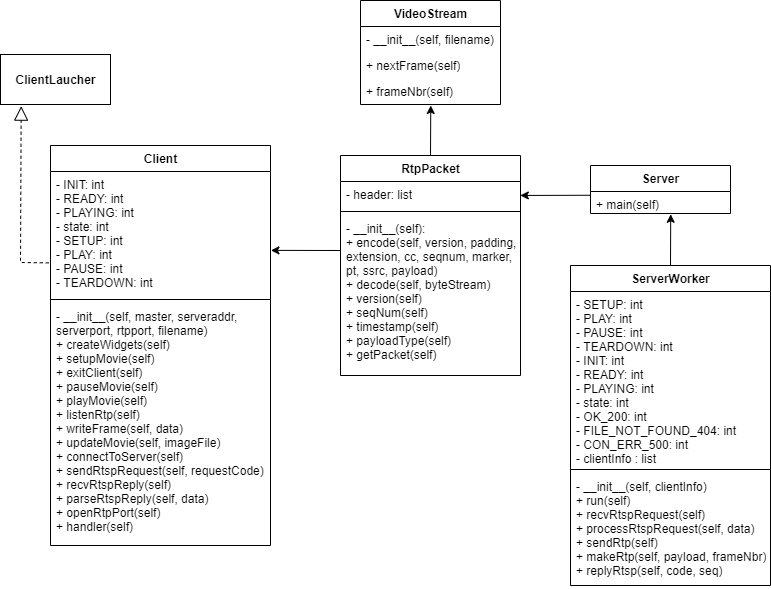
Before: btl1_diagram.png, a diagram exported from draw.io (Blue-Pheasant/HCMUT-ComputerNetwork-Fall2021-1). Source tidied: cells renumbered, new cells last; positions are measured from the earlier drawing's top-left corner, leaving out a move shared by most shapes. The source it was exported from:
```xml
<mxGraphModel>
  <root>
    <mxCell id="0" />
    <mxCell id="1" parent="0" />
    <mxCell id="2" value="RtpPacket" style="swimlane;fontStyle=1;align=center;verticalAlign=top;horizontal=1;startSize=26;fillColor=none;gradientColor=none;html=1;" parent="1" vertex="1">
      <mxGeometry x="340" y="155" width="180" height="220" as="geometry" />
    </mxCell>
    <mxCell id="3" value="- header: list" style="text;strokeColor=none;fillColor=none;align=left;verticalAlign=top;spacingLeft=4;spacingRight=4;overflow=hidden;points=[[0,0.5],[1,0.5]];portConstraint=eastwest;html=1;" parent="2" vertex="1">
      <mxGeometry y="26" width="180" height="26" as="geometry" />
    </mxCell>
    <mxCell id="4" style="line;strokeWidth=1;fillColor=none;align=left;verticalAlign=middle;spacingTop=-1;spacingLeft=3;spacingRight=3;labelPosition=right;html=1;" parent="2" vertex="1">
      <mxGeometry y="52" width="180" height="8" as="geometry" />
    </mxCell>
    <mxCell id="5" value="-&amp;nbsp;__init__(self):&lt;br&gt;+ encode(self, version, padding, &lt;br&gt;extension, cc, seqnum, marker, &lt;br&gt;pt, ssrc, payload)&lt;br&gt;+ decode(self, byteStream)&lt;br&gt;+ version(self)&lt;br&gt;+ seqNum(self)&lt;br&gt;+ timestamp(self)&lt;br&gt;+ payloadType(self)&lt;br&gt;+ getPacket(self)" style="text;strokeColor=none;fillColor=none;align=left;verticalAlign=top;spacingLeft=4;spacingRight=4;overflow=hidden;points=[[0,0.5],[1,0.5]];portConstraint=eastwest;html=1;" parent="2" vertex="1">
      <mxGeometry y="60" width="180" height="160" as="geometry" />
    </mxCell>
    <mxCell id="6" value="Client&lt;br&gt;" style="swimlane;fontStyle=1;align=center;verticalAlign=top;horizontal=1;startSize=26;fillColor=none;gradientColor=none;html=1;" parent="1" vertex="1">
      <mxGeometry x="50" y="145" width="220" height="400" as="geometry" />
    </mxCell>
    <mxCell id="7" value="&lt;div&gt;- INIT: int&amp;nbsp;&lt;/div&gt;&lt;div&gt;- READY: int&lt;/div&gt;&lt;div&gt;- PLAYING: int&amp;nbsp;&lt;/div&gt;&lt;div&gt;- state: int&lt;/div&gt;&lt;div&gt;&lt;span&gt;&#9;&lt;/span&gt;&lt;/div&gt;&lt;div&gt;- SETUP: int&lt;/div&gt;&lt;div&gt;- PLAY: int&lt;/div&gt;&lt;div&gt;- PAUSE: int&lt;/div&gt;&lt;div&gt;- TEARDOWN: int&lt;/div&gt;" style="text;strokeColor=none;fillColor=none;align=left;verticalAlign=top;spacingLeft=4;spacingRight=4;overflow=hidden;points=[[0,0.5],[1,0.5]];portConstraint=eastwest;html=1;" parent="6" vertex="1">
      <mxGeometry y="26" width="220" height="124" as="geometry" />
    </mxCell>
    <mxCell id="8" style="line;strokeWidth=1;fillColor=none;align=left;verticalAlign=middle;spacingTop=-1;spacingLeft=3;spacingRight=3;labelPosition=right;html=1;" parent="6" vertex="1">
      <mxGeometry y="150" width="220" height="8" as="geometry" />
    </mxCell>
    <mxCell id="9" value="- __init__(self, master, serveraddr, &lt;br&gt;serverport, rtpport, filename)&lt;br&gt;+ createWidgets(self)&lt;br&gt;+ setupMovie(self)&lt;br&gt;+ exitClient(self)&lt;br&gt;+ pauseMovie(self)&lt;br&gt;+ playMovie(self)&lt;br&gt;+ listenRtp(self)&lt;br&gt;+ writeFrame(self, data)&lt;br&gt;+ updateMovie(self, imageFile)&lt;br&gt;+ connectToServer(self)&lt;br&gt;+ sendRtspRequest(self, requestCode)&lt;br&gt;+ recvRtspReply(self)&lt;br&gt;+ parseRtspReply(self, data)&lt;br&gt;+ openRtpPort(self)&lt;br&gt;+ handler(self)" style="text;strokeColor=none;fillColor=none;align=left;verticalAlign=top;spacingLeft=4;spacingRight=4;overflow=hidden;points=[[0,0.5],[1,0.5]];portConstraint=eastwest;html=1;" parent="6" vertex="1">
      <mxGeometry y="158" width="220" height="242" as="geometry" />
    </mxCell>
    <mxCell id="10" value="ServerWorker" style="swimlane;fontStyle=1;align=center;verticalAlign=top;horizontal=1;startSize=26;fontFamily=Helvetica;fillColor=none;gradientColor=none;html=1;" parent="1" vertex="1">
      <mxGeometry x="570" y="265" width="200" height="320" as="geometry" />
    </mxCell>
    <mxCell id="11" value="&lt;div&gt;- SETUP: int&lt;/div&gt;&lt;div&gt;- PLAY: int&lt;/div&gt;&lt;div&gt;- PAUSE: int&lt;/div&gt;&lt;div&gt;- TEARDOWN: int&lt;/div&gt;&lt;div&gt;- INIT: int&lt;/div&gt;&lt;div&gt;- READY: int&lt;/div&gt;&lt;div&gt;- PLAYING: int&lt;/div&gt;&lt;div&gt;- state: int&lt;/div&gt;&lt;div&gt;- OK_200: int&lt;/div&gt;&lt;div&gt;- FILE_NOT_FOUND_404: int&amp;nbsp;&lt;/div&gt;&lt;div&gt;- CON_ERR_500: int&lt;/div&gt;&lt;div&gt;-&amp;nbsp;clientInfo : list&lt;/div&gt;" style="text;strokeColor=none;fillColor=none;align=left;verticalAlign=top;spacingLeft=4;spacingRight=4;overflow=hidden;points=[[0,0.5],[1,0.5]];portConstraint=eastwest;fontFamily=Helvetica;html=1;" parent="10" vertex="1">
      <mxGeometry y="26" width="200" height="174" as="geometry" />
    </mxCell>
    <mxCell id="12" style="line;strokeWidth=1;fillColor=none;align=left;verticalAlign=middle;spacingTop=-1;spacingLeft=3;spacingRight=3;labelPosition=right;fontFamily=Helvetica;html=1;" parent="10" vertex="1">
      <mxGeometry y="200" width="200" height="8" as="geometry" />
    </mxCell>
    <mxCell id="13" value="-&amp;nbsp;__init__(self, clientInfo)&lt;br&gt;+ run(self)&lt;br&gt;+ recvRtspRequest(self)&lt;br&gt;+ processRtspRequest(self, data)&lt;br&gt;+ sendRtp(self)&lt;br&gt;+ makeRtp(self, payload, frameNbr)&lt;br&gt;+ replyRtsp(self, code, seq)" style="text;strokeColor=none;fillColor=none;align=left;verticalAlign=top;spacingLeft=4;spacingRight=4;overflow=hidden;points=[[0,0.5],[1,0.5]];portConstraint=eastwest;fontFamily=Helvetica;html=1;" parent="10" vertex="1">
      <mxGeometry y="208" width="200" height="112" as="geometry" />
    </mxCell>
    <mxCell id="14" value="&lt;b&gt;Server&lt;/b&gt;" style="swimlane;fontStyle=0;horizontal=1;startSize=26;fillColor=none;fontFamily=Helvetica;html=1;" parent="1" vertex="1">
      <mxGeometry x="590" y="165" width="140" height="48" as="geometry" />
    </mxCell>
    <mxCell id="15" value="+ main(self)" style="text;strokeColor=none;fillColor=none;align=left;verticalAlign=top;spacingLeft=4;spacingRight=4;overflow=hidden;points=[[0,0.5],[1,0.5]];portConstraint=eastwest;fontFamily=Helvetica;html=1;" parent="14" vertex="1">
      <mxGeometry y="26" width="140" height="22" as="geometry" />
    </mxCell>
    <mxCell id="16" value="&lt;b&gt;VideoStream&lt;/b&gt;" style="swimlane;fontStyle=0;horizontal=1;startSize=26;fillColor=none;fontFamily=Helvetica;html=1;" parent="1" vertex="1">
      <mxGeometry x="360" width="140" height="104" as="geometry" />
    </mxCell>
    <mxCell id="17" value="-&amp;nbsp;__init__(self, filename)" style="text;strokeColor=none;fillColor=none;align=left;verticalAlign=top;spacingLeft=4;spacingRight=4;overflow=hidden;fontFamily=Helvetica;html=1;" parent="16" vertex="1">
      <mxGeometry y="26" width="140" height="26" as="geometry" />
    </mxCell>
    <mxCell id="18" value="+ nextFrame(self)" style="text;strokeColor=none;fillColor=none;align=left;verticalAlign=top;spacingLeft=4;spacingRight=4;overflow=hidden;points=[[0,0.5],[1,0.5]];portConstraint=eastwest;fontFamily=Helvetica;html=1;" parent="16" vertex="1">
      <mxGeometry y="52" width="140" height="26" as="geometry" />
    </mxCell>
    <mxCell id="19" value="+ frameNbr(self)" style="text;strokeColor=none;fillColor=none;align=left;verticalAlign=top;spacingLeft=4;spacingRight=4;overflow=hidden;points=[[0,0.5],[1,0.5]];portConstraint=eastwest;fontFamily=Helvetica;html=1;" parent="16" vertex="1">
      <mxGeometry y="78" width="140" height="26" as="geometry" />
    </mxCell>
    <mxCell id="20" value="&lt;b&gt;ClientLaucher&lt;/b&gt;" style="html=1;fontFamily=Helvetica;fillColor=none;gradientColor=none;" parent="1" vertex="1">
      <mxGeometry y="54" width="110" height="50" as="geometry" />
    </mxCell>
    <mxCell id="21" style="endArrow=classic;html=1;rounded=0;fontFamily=Helvetica;exitX=0.5;exitY=0;exitDx=0;exitDy=0;entryX=0.573;entryY=1.035;entryDx=0;entryDy=0;entryPerimeter=0;" parent="1" edge="1" source="10" target="15">
      <mxGeometry relative="1" as="geometry" />
    </mxCell>
    <mxCell id="22" style="endArrow=classic;html=1;rounded=0;fontFamily=Helvetica;exitX=-0.001;exitY=0.171;exitDx=0;exitDy=0;exitPerimeter=0;entryX=0.999;entryY=0.537;entryDx=0;entryDy=0;entryPerimeter=0;" parent="1" edge="1" source="15" target="3">
      <mxGeometry relative="1" as="geometry" />
    </mxCell>
    <mxCell id="23" style="endArrow=classic;html=1;rounded=0;fontFamily=Helvetica;exitX=0.5;exitY=0;exitDx=0;exitDy=0;entryX=0.502;entryY=1.038;entryDx=0;entryDy=0;entryPerimeter=0;" parent="1" edge="1" source="2" target="19">
      <mxGeometry relative="1" as="geometry" />
    </mxCell>
    <mxCell id="24" style="endArrow=classic;html=1;rounded=0;fontFamily=Helvetica;entryX=1.002;entryY=0.636;entryDx=0;entryDy=0;entryPerimeter=0;" parent="1" edge="1" target="7">
      <mxGeometry relative="1" as="geometry">
        <mxPoint x="340" y="250" as="sourcePoint" />
      </mxGeometry>
    </mxCell>
    <mxCell id="25" style="endArrow=block;dashed=1;endFill=0;endSize=12;html=1;rounded=0;fontFamily=Helvetica;exitX=-0.008;exitY=0.737;exitDx=0;exitDy=0;exitPerimeter=0;entryX=0.188;entryY=1.033;entryDx=0;entryDy=0;entryPerimeter=0;" parent="1" edge="1" source="7" target="20">
      <mxGeometry relative="1" as="geometry">
        <Array as="points">
          <mxPoint x="20" y="262" />
        </Array>
      </mxGeometry>
    </mxCell>
  </root>
</mxGraphModel>
```
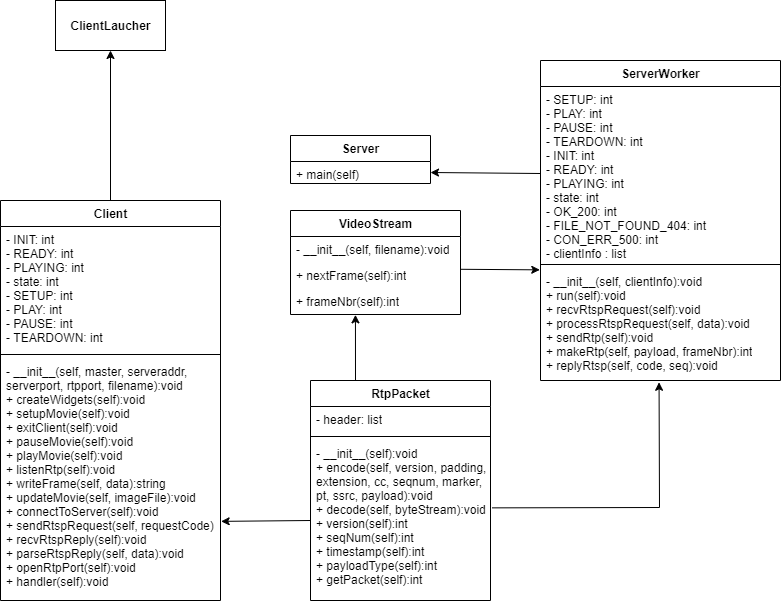
The same diagram one commit later.

Diff of the diagram source:
```diff
@@ -3,7 +3,7 @@
     <mxCell id="0" />
     <mxCell id="1" parent="0" />
     <mxCell id="2" value="RtpPacket" style="swimlane;fontStyle=1;align=center;verticalAlign=top;horizontal=1;startSize=26;fillColor=none;gradientColor=none;html=1;" parent="1" vertex="1">
-      <mxGeometry x="340" y="155" width="180" height="220" as="geometry" />
+      <mxGeometry x="310" y="470" width="180" height="220" as="geometry" />
     </mxCell>
     <mxCell id="3" value="- header: list" style="text;strokeColor=none;fillColor=none;align=left;verticalAlign=top;spacingLeft=4;spacingRight=4;overflow=hidden;points=[[0,0.5],[1,0.5]];portConstraint=eastwest;html=1;" parent="2" vertex="1">
       <mxGeometry y="26" width="180" height="26" as="geometry" />
@@ -11,11 +11,11 @@
     <mxCell id="4" style="line;strokeWidth=1;fillColor=none;align=left;verticalAlign=middle;spacingTop=-1;spacingLeft=3;spacingRight=3;labelPosition=right;html=1;" parent="2" vertex="1">
       <mxGeometry y="52" width="180" height="8" as="geometry" />
     </mxCell>
-    <mxCell id="5" value="-&amp;nbsp;__init__(self):&lt;br&gt;+ encode(self, version, padding, &lt;br&gt;extension, cc, seqnum, marker, &lt;br&gt;pt, ssrc, payload)&lt;br&gt;+ decode(self, byteStream)&lt;br&gt;+ version(self)&lt;br&gt;+ seqNum(self)&lt;br&gt;+ timestamp(self)&lt;br&gt;+ payloadType(self)&lt;br&gt;+ getPacket(self)" style="text;strokeColor=none;fillColor=none;align=left;verticalAlign=top;spacingLeft=4;spacingRight=4;overflow=hidden;points=[[0,0.5],[1,0.5]];portConstraint=eastwest;html=1;" parent="2" vertex="1">
+    <mxCell id="5" value="-&amp;nbsp;__init__(self):void&lt;br&gt;+ encode(self, version, padding, &lt;br&gt;extension, cc, seqnum, marker, &lt;br&gt;pt, ssrc, payload):void&lt;br&gt;+ decode(self, byteStream):void&lt;br&gt;+ version(self):int&lt;br&gt;+ seqNum(self):int&lt;br&gt;+ timestamp(self):int&lt;br&gt;+ payloadType(self):int&lt;br&gt;+ getPacket(self):int" style="text;strokeColor=none;fillColor=none;align=left;verticalAlign=top;spacingLeft=4;spacingRight=4;overflow=hidden;points=[[0,0.5],[1,0.5]];portConstraint=eastwest;html=1;" parent="2" vertex="1">
       <mxGeometry y="60" width="180" height="160" as="geometry" />
     </mxCell>
     <mxCell id="6" value="Client&lt;br&gt;" style="swimlane;fontStyle=1;align=center;verticalAlign=top;horizontal=1;startSize=26;fillColor=none;gradientColor=none;html=1;" parent="1" vertex="1">
-      <mxGeometry x="50" y="145" width="220" height="400" as="geometry" />
+      <mxGeometry y="290" width="220" height="400" as="geometry" />
     </mxCell>
     <mxCell id="7" value="&lt;div&gt;- INIT: int&amp;nbsp;&lt;/div&gt;&lt;div&gt;- READY: int&lt;/div&gt;&lt;div&gt;- PLAYING: int&amp;nbsp;&lt;/div&gt;&lt;div&gt;- state: int&lt;/div&gt;&lt;div&gt;&lt;span&gt;&#9;&lt;/span&gt;&lt;/div&gt;&lt;div&gt;- SETUP: int&lt;/div&gt;&lt;div&gt;- PLAY: int&lt;/div&gt;&lt;div&gt;- PAUSE: int&lt;/div&gt;&lt;div&gt;- TEARDOWN: int&lt;/div&gt;" style="text;strokeColor=none;fillColor=none;align=left;verticalAlign=top;spacingLeft=4;spacingRight=4;overflow=hidden;points=[[0,0.5],[1,0.5]];portConstraint=eastwest;html=1;" parent="6" vertex="1">
       <mxGeometry y="26" width="220" height="124" as="geometry" />
@@ -23,62 +23,63 @@
     <mxCell id="8" style="line;strokeWidth=1;fillColor=none;align=left;verticalAlign=middle;spacingTop=-1;spacingLeft=3;spacingRight=3;labelPosition=right;html=1;" parent="6" vertex="1">
       <mxGeometry y="150" width="220" height="8" as="geometry" />
     </mxCell>
-    <mxCell id="9" value="- __init__(self, master, serveraddr, &lt;br&gt;serverport, rtpport, filename)&lt;br&gt;+ createWidgets(self)&lt;br&gt;+ setupMovie(self)&lt;br&gt;+ exitClient(self)&lt;br&gt;+ pauseMovie(self)&lt;br&gt;+ playMovie(self)&lt;br&gt;+ listenRtp(self)&lt;br&gt;+ writeFrame(self, data)&lt;br&gt;+ updateMovie(self, imageFile)&lt;br&gt;+ connectToServer(self)&lt;br&gt;+ sendRtspRequest(self, requestCode)&lt;br&gt;+ recvRtspReply(self)&lt;br&gt;+ parseRtspReply(self, data)&lt;br&gt;+ openRtpPort(self)&lt;br&gt;+ handler(self)" style="text;strokeColor=none;fillColor=none;align=left;verticalAlign=top;spacingLeft=4;spacingRight=4;overflow=hidden;points=[[0,0.5],[1,0.5]];portConstraint=eastwest;html=1;" parent="6" vertex="1">
+    <mxCell id="9" value="- __init__(self, master, serveraddr, &lt;br&gt;serverport, rtpport, filename):void&lt;br&gt;+ createWidgets(self):void&lt;br&gt;+ setupMovie(self):void&lt;br&gt;+ exitClient(self):void&lt;br&gt;+ pauseMovie(self):void&lt;br&gt;+ playMovie(self):void&lt;br&gt;+ listenRtp(self):void&lt;br&gt;+ writeFrame(self, data):string&lt;br&gt;+ updateMovie(self, imageFile):void&lt;br&gt;+ connectToServer(self):void&lt;br&gt;+ sendRtspRequest(self, requestCode)&lt;br&gt;+ recvRtspReply(self):void&lt;br&gt;+ parseRtspReply(self, data):void&lt;br&gt;+ openRtpPort(self):void&lt;br&gt;+ handler(self):void" style="text;strokeColor=none;fillColor=none;align=left;verticalAlign=top;spacingLeft=4;spacingRight=4;overflow=hidden;points=[[0,0.5],[1,0.5]];portConstraint=eastwest;html=1;" parent="6" vertex="1">
       <mxGeometry y="158" width="220" height="242" as="geometry" />
     </mxCell>
     <mxCell id="10" value="ServerWorker" style="swimlane;fontStyle=1;align=center;verticalAlign=top;horizontal=1;startSize=26;fontFamily=Helvetica;fillColor=none;gradientColor=none;html=1;" parent="1" vertex="1">
-      <mxGeometry x="570" y="265" width="200" height="320" as="geometry" />
+      <mxGeometry x="540" y="150" width="240" height="320" as="geometry" />
     </mxCell>
     <mxCell id="11" value="&lt;div&gt;- SETUP: int&lt;/div&gt;&lt;div&gt;- PLAY: int&lt;/div&gt;&lt;div&gt;- PAUSE: int&lt;/div&gt;&lt;div&gt;- TEARDOWN: int&lt;/div&gt;&lt;div&gt;- INIT: int&lt;/div&gt;&lt;div&gt;- READY: int&lt;/div&gt;&lt;div&gt;- PLAYING: int&lt;/div&gt;&lt;div&gt;- state: int&lt;/div&gt;&lt;div&gt;- OK_200: int&lt;/div&gt;&lt;div&gt;- FILE_NOT_FOUND_404: int&amp;nbsp;&lt;/div&gt;&lt;div&gt;- CON_ERR_500: int&lt;/div&gt;&lt;div&gt;-&amp;nbsp;clientInfo : list&lt;/div&gt;" style="text;strokeColor=none;fillColor=none;align=left;verticalAlign=top;spacingLeft=4;spacingRight=4;overflow=hidden;points=[[0,0.5],[1,0.5]];portConstraint=eastwest;fontFamily=Helvetica;html=1;" parent="10" vertex="1">
-      <mxGeometry y="26" width="200" height="174" as="geometry" />
+      <mxGeometry y="26" width="240" height="174" as="geometry" />
     </mxCell>
     <mxCell id="12" style="line;strokeWidth=1;fillColor=none;align=left;verticalAlign=middle;spacingTop=-1;spacingLeft=3;spacingRight=3;labelPosition=right;fontFamily=Helvetica;html=1;" parent="10" vertex="1">
-      <mxGeometry y="200" width="200" height="8" as="geometry" />
+      <mxGeometry y="200" width="240" height="8" as="geometry" />
     </mxCell>
-    <mxCell id="13" value="-&amp;nbsp;__init__(self, clientInfo)&lt;br&gt;+ run(self)&lt;br&gt;+ recvRtspRequest(self)&lt;br&gt;+ processRtspRequest(self, data)&lt;br&gt;+ sendRtp(self)&lt;br&gt;+ makeRtp(self, payload, frameNbr)&lt;br&gt;+ replyRtsp(self, code, seq)" style="text;strokeColor=none;fillColor=none;align=left;verticalAlign=top;spacingLeft=4;spacingRight=4;overflow=hidden;points=[[0,0.5],[1,0.5]];portConstraint=eastwest;fontFamily=Helvetica;html=1;" parent="10" vertex="1">
-      <mxGeometry y="208" width="200" height="112" as="geometry" />
+    <mxCell id="13" value="-&amp;nbsp;__init__(self, clientInfo):void&lt;br&gt;+ run(self):void&lt;br&gt;+ recvRtspRequest(self):void&lt;br&gt;+ processRtspRequest(self, data):void&lt;br&gt;+ sendRtp(self):void&lt;br&gt;+ makeRtp(self, payload, frameNbr):int&lt;br&gt;+ replyRtsp(self, code, seq):void" style="text;strokeColor=none;fillColor=none;align=left;verticalAlign=top;spacingLeft=4;spacingRight=4;overflow=hidden;points=[[0,0.5],[1,0.5]];portConstraint=eastwest;fontFamily=Helvetica;html=1;" parent="10" vertex="1">
+      <mxGeometry y="208" width="240" height="112" as="geometry" />
     </mxCell>
     <mxCell id="14" value="&lt;b&gt;Server&lt;/b&gt;" style="swimlane;fontStyle=0;horizontal=1;startSize=26;fillColor=none;fontFamily=Helvetica;html=1;" parent="1" vertex="1">
-      <mxGeometry x="590" y="165" width="140" height="48" as="geometry" />
+      <mxGeometry x="290" y="225" width="140" height="48" as="geometry" />
     </mxCell>
     <mxCell id="15" value="+ main(self)" style="text;strokeColor=none;fillColor=none;align=left;verticalAlign=top;spacingLeft=4;spacingRight=4;overflow=hidden;points=[[0,0.5],[1,0.5]];portConstraint=eastwest;fontFamily=Helvetica;html=1;" parent="14" vertex="1">
       <mxGeometry y="26" width="140" height="22" as="geometry" />
     </mxCell>
     <mxCell id="16" value="&lt;b&gt;VideoStream&lt;/b&gt;" style="swimlane;fontStyle=0;horizontal=1;startSize=26;fillColor=none;fontFamily=Helvetica;html=1;" parent="1" vertex="1">
-      <mxGeometry x="360" width="140" height="104" as="geometry" />
+      <mxGeometry x="290" y="300" width="170" height="104" as="geometry" />
     </mxCell>
-    <mxCell id="17" value="-&amp;nbsp;__init__(self, filename)" style="text;strokeColor=none;fillColor=none;align=left;verticalAlign=top;spacingLeft=4;spacingRight=4;overflow=hidden;fontFamily=Helvetica;html=1;" parent="16" vertex="1">
-      <mxGeometry y="26" width="140" height="26" as="geometry" />
+    <mxCell id="17" value="-&amp;nbsp;__init__(self, filename):void" style="text;strokeColor=none;fillColor=none;align=left;verticalAlign=top;spacingLeft=4;spacingRight=4;overflow=hidden;fontFamily=Helvetica;html=1;" parent="16" vertex="1">
+      <mxGeometry y="26" width="170" height="26" as="geometry" />
     </mxCell>
-    <mxCell id="18" value="+ nextFrame(self)" style="text;strokeColor=none;fillColor=none;align=left;verticalAlign=top;spacingLeft=4;spacingRight=4;overflow=hidden;points=[[0,0.5],[1,0.5]];portConstraint=eastwest;fontFamily=Helvetica;html=1;" parent="16" vertex="1">
-      <mxGeometry y="52" width="140" height="26" as="geometry" />
+    <mxCell id="18" value="+ nextFrame(self):int" style="text;strokeColor=none;fillColor=none;align=left;verticalAlign=top;spacingLeft=4;spacingRight=4;overflow=hidden;points=[[0,0.5],[1,0.5]];portConstraint=eastwest;fontFamily=Helvetica;html=1;" parent="16" vertex="1">
+      <mxGeometry y="52" width="170" height="26" as="geometry" />
     </mxCell>
-    <mxCell id="19" value="+ frameNbr(self)" style="text;strokeColor=none;fillColor=none;align=left;verticalAlign=top;spacingLeft=4;spacingRight=4;overflow=hidden;points=[[0,0.5],[1,0.5]];portConstraint=eastwest;fontFamily=Helvetica;html=1;" parent="16" vertex="1">
-      <mxGeometry y="78" width="140" height="26" as="geometry" />
+    <mxCell id="19" value="+ frameNbr(self):int" style="text;strokeColor=none;fillColor=none;align=left;verticalAlign=top;spacingLeft=4;spacingRight=4;overflow=hidden;points=[[0,0.5],[1,0.5]];portConstraint=eastwest;fontFamily=Helvetica;html=1;" parent="16" vertex="1">
+      <mxGeometry y="78" width="170" height="26" as="geometry" />
     </mxCell>
     <mxCell id="20" value="&lt;b&gt;ClientLaucher&lt;/b&gt;" style="html=1;fontFamily=Helvetica;fillColor=none;gradientColor=none;" parent="1" vertex="1">
-      <mxGeometry y="54" width="110" height="50" as="geometry" />
+      <mxGeometry x="55" y="90" width="110" height="50" as="geometry" />
     </mxCell>
-    <mxCell id="21" style="endArrow=classic;html=1;rounded=0;fontFamily=Helvetica;exitX=0.5;exitY=0;exitDx=0;exitDy=0;entryX=0.573;entryY=1.035;entryDx=0;entryDy=0;entryPerimeter=0;" parent="1" edge="1" source="10" target="15">
+    <mxCell id="21" style="endArrow=classic;html=1;rounded=0;fontFamily=Helvetica;exitX=0;exitY=0.5;exitDx=0;exitDy=0;entryX=1;entryY=0.5;entryDx=0;entryDy=0;" parent="1" edge="1" source="11" target="15">
       <mxGeometry relative="1" as="geometry" />
     </mxCell>
+    <mxCell id="24" style="endArrow=classic;html=1;rounded=0;fontFamily=Helvetica;exitX=0;exitY=0.5;exitDx=0;exitDy=0;entryX=1.003;entryY=0.673;entryDx=0;entryDy=0;entryPerimeter=0;" parent="1" edge="1" source="5" target="9">
+      <mxGeometry relative="1" as="geometry" />
+    </mxCell>
+    <mxCell id="23" style="endArrow=classic;html=1;rounded=0;fontFamily=Helvetica;entryX=-0.003;entryY=0.012;entryDx=0;entryDy=0;entryPerimeter=0;exitX=1.003;exitY=0.261;exitDx=0;exitDy=0;exitPerimeter=0;" parent="1" edge="1" source="18" target="13">
+      <mxGeometry relative="1" as="geometry" />
+    </mxCell>
-    <mxCell id="22" style="endArrow=classic;html=1;rounded=0;fontFamily=Helvetica;exitX=-0.001;exitY=0.171;exitDx=0;exitDy=0;exitPerimeter=0;entryX=0.999;entryY=0.537;entryDx=0;entryDy=0;entryPerimeter=0;" parent="1" edge="1" source="15" target="3">
-      <mxGeometry relative="1" as="geometry" />
+    <mxCell id="22" style="endArrow=classic;html=1;rounded=0;fontFamily=Helvetica;exitX=1.009;exitY=0.421;exitDx=0;exitDy=0;exitPerimeter=0;entryX=0.494;entryY=1.016;entryDx=0;entryDy=0;entryPerimeter=0;" parent="1" edge="1" source="5" target="13">
+      <mxGeometry relative="1" as="geometry">
+        <Array as="points">
+          <mxPoint x="659" y="597" />
+        </Array>
+      </mxGeometry>
     </mxCell>
-    <mxCell id="23" style="endArrow=classic;html=1;rounded=0;fontFamily=Helvetica;exitX=0.5;exitY=0;exitDx=0;exitDy=0;entryX=0.502;entryY=1.038;entryDx=0;entryDy=0;entryPerimeter=0;" parent="1" edge="1" source="2" target="19">
-      <mxGeometry relative="1" as="geometry" />
-    </mxCell>
-    <mxCell id="24" style="endArrow=classic;html=1;rounded=0;fontFamily=Helvetica;entryX=1.002;entryY=0.636;entryDx=0;entryDy=0;entryPerimeter=0;" parent="1" edge="1" target="7">
-      <mxGeometry relative="1" as="geometry">
-        <mxPoint x="340" y="250" as="sourcePoint" />
-      </mxGeometry>
-    </mxCell>
-    <mxCell id="25" style="endArrow=block;dashed=1;endFill=0;endSize=12;html=1;rounded=0;fontFamily=Helvetica;exitX=-0.008;exitY=0.737;exitDx=0;exitDy=0;exitPerimeter=0;entryX=0.188;entryY=1.033;entryDx=0;entryDy=0;entryPerimeter=0;" parent="1" edge="1" source="7" target="20">
-      <mxGeometry relative="1" as="geometry">
-        <Array as="points">
-          <mxPoint x="20" y="262" />
-        </Array>
-      </mxGeometry>
-    </mxCell>
+    <mxCell id="26" style="endArrow=classic;html=1;rounded=0;exitX=0.5;exitY=0;exitDx=0;exitDy=0;entryX=0.5;entryY=1;entryDx=0;entryDy=0;" parent="1" edge="1" source="6" target="20">
+      <mxGeometry relative="1" as="geometry" />
+    </mxCell>
+    <mxCell id="27" style="endArrow=classic;html=1;rounded=0;exitX=0.25;exitY=0;exitDx=0;exitDy=0;entryX=0.382;entryY=1.013;entryDx=0;entryDy=0;entryPerimeter=0;" parent="1" edge="1" source="2" target="19">
+      <mxGeometry relative="1" as="geometry" />
+    </mxCell>
   </root>
 </mxGraphModel>
```
